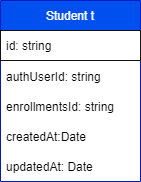
maironvilela/ignite-lab-01 keeps this draw.io diagram as classroom/diagrams/diagrams.png. Above is the earlier version. Source tidied: cells renumbered, new cells last; positions are measured from the earlier drawing's top-left corner, leaving out a move shared by most shapes.
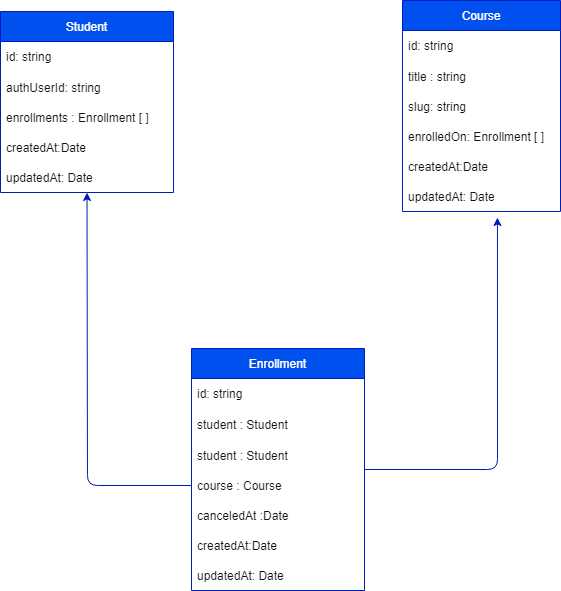
The same diagram one commit later.

What changed in the source:
```diff
@@ -2,23 +2,82 @@
   <root>
     <mxCell id="0" />
     <mxCell id="1" parent="0" />
-    <mxCell id="2" value="Student t" style="swimlane;fontStyle=0;horizontal=1;startSize=30;fillColor=#0050ef;fontColor=#ffffff;strokeColor=#001DBC;" parent="1" vertex="1">
-      <mxGeometry width="140" height="181" as="geometry" />
+    <mxCell id="2" value="Student" style="swimlane;fontStyle=0;horizontal=1;startSize=30;fillColor=#0050ef;fontColor=#ffffff;strokeColor=#001DBC;" parent="1" vertex="1">
+      <mxGeometry width="173" height="181" as="geometry" />
     </mxCell>
-    <mxCell id="3" value="id: string" style="text;align=left;verticalAlign=middle;spacingLeft=4;spacingRight=4;overflow=hidden;strokeColor=#121212;" parent="2" vertex="1">
-      <mxGeometry y="30" width="140" height="30" as="geometry" />
+    <mxCell id="3" value="id: string" style="text;align=left;verticalAlign=middle;spacingLeft=4;spacingRight=4;overflow=hidden;strokeColor=none;fontColor=#121212;" parent="2" vertex="1">
+      <mxGeometry y="30" width="173" height="30" as="geometry" />
     </mxCell>
-    <mxCell id="4" value="authUserId: string" style="text;strokeColor=none;fillColor=none;align=left;verticalAlign=middle;spacingLeft=4;spacingRight=4;overflow=hidden;" parent="2" vertex="1">
-      <mxGeometry y="60" width="140" height="31" as="geometry" />
+    <mxCell id="4" value="authUserId: string" style="text;strokeColor=none;fillColor=none;align=left;verticalAlign=middle;spacingLeft=4;spacingRight=4;overflow=hidden;fontColor=#121212;" parent="2" vertex="1">
+      <mxGeometry y="60" width="173" height="31" as="geometry" />
     </mxCell>
-    <mxCell id="5" value="enrollmentsId: string" style="text;strokeColor=none;fillColor=none;align=left;verticalAlign=middle;spacingLeft=4;spacingRight=4;overflow=hidden;" parent="2" vertex="1">
-      <mxGeometry y="91" width="140" height="30" as="geometry" />
+    <mxCell id="5" value="enrollments : Enrollment [ ]" style="text;strokeColor=none;fillColor=none;align=left;verticalAlign=middle;spacingLeft=4;spacingRight=4;overflow=hidden;fontColor=#121212;" parent="2" vertex="1">
+      <mxGeometry y="91" width="173" height="30" as="geometry" />
     </mxCell>
-    <mxCell id="6" value="createdAt:Date" style="text;strokeColor=none;fillColor=none;align=left;verticalAlign=middle;spacingLeft=4;spacingRight=4;overflow=hidden;" parent="2" vertex="1">
-      <mxGeometry y="121" width="140" height="30" as="geometry" />
+    <mxCell id="6" value="createdAt:Date" style="text;strokeColor=none;fillColor=none;align=left;verticalAlign=middle;spacingLeft=4;spacingRight=4;overflow=hidden;fontColor=#121212;" parent="2" vertex="1">
+      <mxGeometry y="121" width="173" height="30" as="geometry" />
     </mxCell>
-    <mxCell id="7" value="updatedAt: Date" style="text;strokeColor=none;fillColor=none;align=left;verticalAlign=middle;spacingLeft=4;spacingRight=4;overflow=hidden;points=[[0,0.5],[1,0.5]];portConstraint=eastwest;" parent="2" vertex="1">
-      <mxGeometry y="151" width="140" height="30" as="geometry" />
+    <mxCell id="7" value="updatedAt: Date" style="text;strokeColor=none;fillColor=none;align=left;verticalAlign=middle;spacingLeft=4;spacingRight=4;overflow=hidden;points=[[0,0.5],[1,0.5]];portConstraint=eastwest;fontColor=#121212;" parent="2" vertex="1">
+      <mxGeometry y="151" width="173" height="30" as="geometry" />
     </mxCell>
+    <mxCell id="8" value="Course " style="swimlane;fontStyle=0;horizontal=1;startSize=30;fillColor=#0050ef;fontColor=#ffffff;strokeColor=#001DBC;" parent="1" vertex="1">
+      <mxGeometry x="402" y="-11" width="158" height="211" as="geometry" />
+    </mxCell>
+    <mxCell id="9" value="id: string" style="text;align=left;verticalAlign=middle;spacingLeft=4;spacingRight=4;overflow=hidden;strokeColor=none;fontColor=#121212;" parent="8" vertex="1">
+      <mxGeometry y="30" width="158" height="30" as="geometry" />
+    </mxCell>
+    <mxCell id="10" value="title : string" style="text;strokeColor=none;fillColor=none;align=left;verticalAlign=middle;spacingLeft=4;spacingRight=4;overflow=hidden;fontColor=#121212;" parent="8" vertex="1">
+      <mxGeometry y="60" width="158" height="31" as="geometry" />
+    </mxCell>
+    <mxCell id="11" value="slug: string" style="text;strokeColor=none;fillColor=none;align=left;verticalAlign=middle;spacingLeft=4;spacingRight=4;overflow=hidden;fontColor=#121212;" parent="8" vertex="1">
+      <mxGeometry y="91" width="158" height="30" as="geometry" />
+    </mxCell>
+    <mxCell id="12" value="enrolledOn: Enrollment [ ]" style="text;strokeColor=none;fillColor=none;align=left;verticalAlign=middle;spacingLeft=4;spacingRight=4;overflow=hidden;fontColor=#121212;" parent="8" vertex="1">
+      <mxGeometry y="121" width="158" height="30" as="geometry" />
+    </mxCell>
+    <mxCell id="13" value="createdAt:Date" style="text;strokeColor=none;fillColor=none;align=left;verticalAlign=middle;spacingLeft=4;spacingRight=4;overflow=hidden;fontColor=#121212;" parent="8" vertex="1">
+      <mxGeometry y="151" width="158" height="30" as="geometry" />
+    </mxCell>
+    <mxCell id="14" value="updatedAt: Date" style="text;strokeColor=none;fillColor=none;align=left;verticalAlign=middle;spacingLeft=4;spacingRight=4;overflow=hidden;points=[[0,0.5],[1,0.5]];portConstraint=eastwest;fontColor=#121212;" parent="8" vertex="1">
+      <mxGeometry y="181" width="158" height="30" as="geometry" />
+    </mxCell>
+    <mxCell id="15" style="edgeStyle=none;html=1;fontColor=#121212;entryX=0.601;entryY=1.2;entryDx=0;entryDy=0;entryPerimeter=0;fillColor=#0050ef;strokeColor=#001DBC;" parent="1" edge="1" source="16" target="14">
+      <mxGeometry relative="1" as="geometry">
+        <Array as="points">
+          <mxPoint x="497" y="458" />
+        </Array>
+      </mxGeometry>
+    </mxCell>
+    <mxCell id="16" value="Enrollment " style="swimlane;fontStyle=0;horizontal=1;startSize=30;fillColor=#0050ef;fontColor=#ffffff;strokeColor=#001DBC;" parent="1" vertex="1">
+      <mxGeometry x="191" y="337" width="173" height="242" as="geometry" />
+    </mxCell>
+    <mxCell id="17" value="id: string" style="text;align=left;verticalAlign=middle;spacingLeft=4;spacingRight=4;overflow=hidden;strokeColor=none;fontColor=#121212;" parent="16" vertex="1">
+      <mxGeometry y="30" width="173" height="30" as="geometry" />
+    </mxCell>
+    <mxCell id="18" value="student   : Student " style="text;strokeColor=none;fillColor=none;align=left;verticalAlign=middle;spacingLeft=4;spacingRight=4;overflow=hidden;fontColor=#121212;" parent="16" vertex="1">
+      <mxGeometry y="60" width="173" height="31" as="geometry" />
+    </mxCell>
+    <mxCell id="19" value="student   : Student " style="text;strokeColor=none;fillColor=none;align=left;verticalAlign=middle;spacingLeft=4;spacingRight=4;overflow=hidden;fontColor=#121212;" parent="16" vertex="1">
+      <mxGeometry y="91" width="173" height="31" as="geometry" />
+    </mxCell>
+    <mxCell id="20" value="course   : Course " style="text;strokeColor=none;fillColor=none;align=left;verticalAlign=middle;spacingLeft=4;spacingRight=4;overflow=hidden;points=[[0,0.5],[1,0.5]];portConstraint=eastwest;fontColor=#121212;" parent="16" vertex="1">
+      <mxGeometry y="122" width="173" height="30" as="geometry" />
+    </mxCell>
+    <mxCell id="21" value="canceledAt :Date" style="text;strokeColor=none;fillColor=none;align=left;verticalAlign=middle;spacingLeft=4;spacingRight=4;overflow=hidden;fontColor=#121212;" parent="16" vertex="1">
+      <mxGeometry y="152" width="173" height="30" as="geometry" />
+    </mxCell>
+    <mxCell id="22" value="createdAt:Date" style="text;strokeColor=none;fillColor=none;align=left;verticalAlign=middle;spacingLeft=4;spacingRight=4;overflow=hidden;fontColor=#121212;" parent="16" vertex="1">
+      <mxGeometry y="182" width="173" height="30" as="geometry" />
+    </mxCell>
+    <mxCell id="23" value="updatedAt: Date" style="text;strokeColor=none;fillColor=none;align=left;verticalAlign=middle;spacingLeft=4;spacingRight=4;overflow=hidden;fontColor=#121212;" parent="16" vertex="1">
+      <mxGeometry y="212" width="173" height="30" as="geometry" />
+    </mxCell>
+    <mxCell id="24" style="edgeStyle=none;html=1;fontColor=#121212;fillColor=#0050ef;strokeColor=#001DBC;" parent="1" edge="1" source="20" target="7">
+      <mxGeometry relative="1" as="geometry">
+        <Array as="points">
+          <mxPoint x="87" y="474" />
+        </Array>
+      </mxGeometry>
+    </mxCell>
   </root>
 </mxGraphModel>
```
